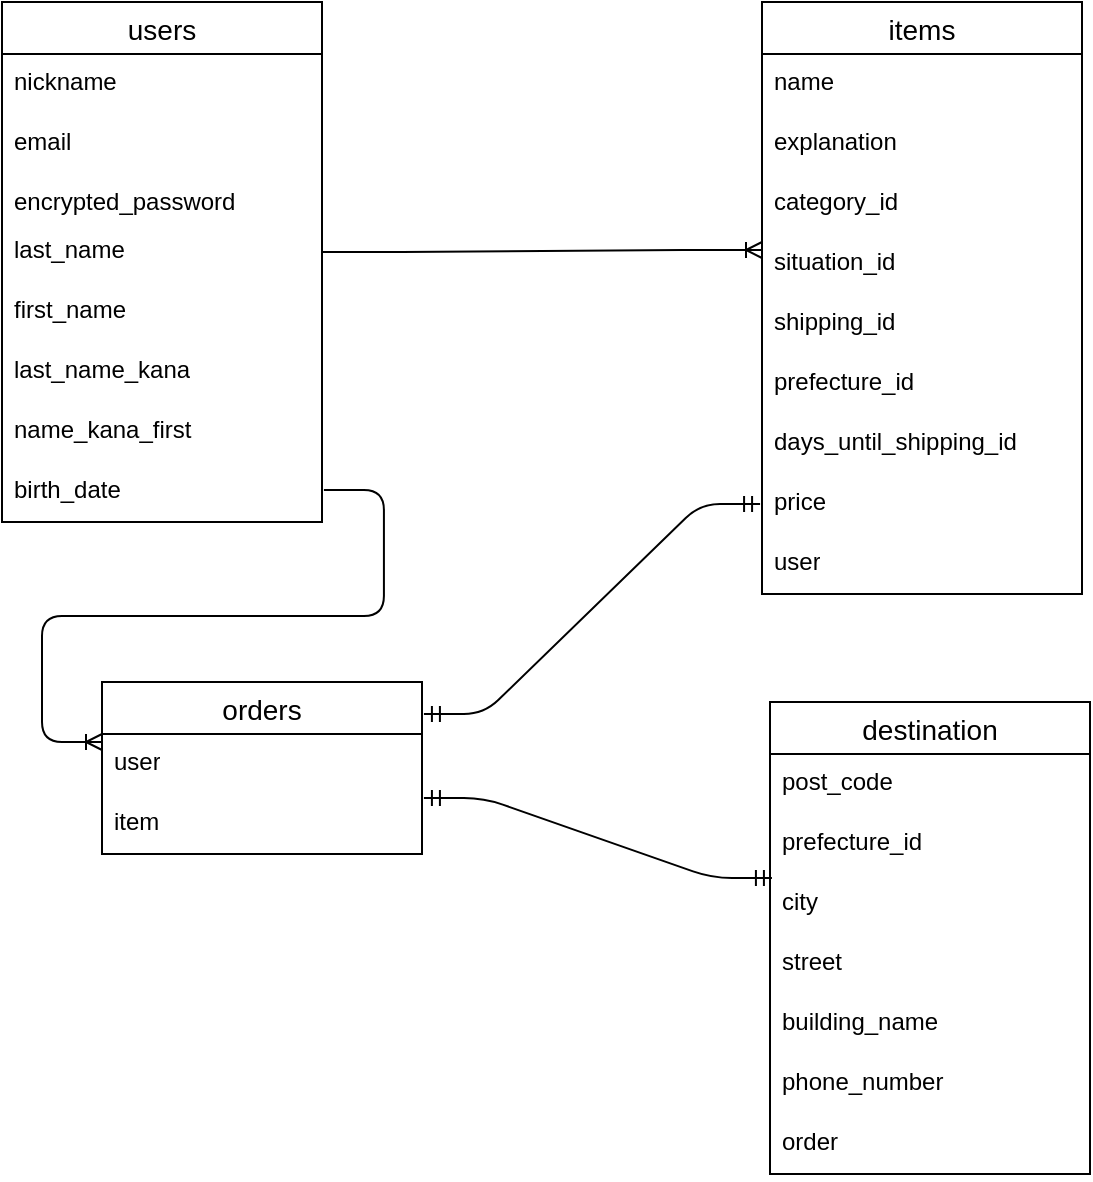
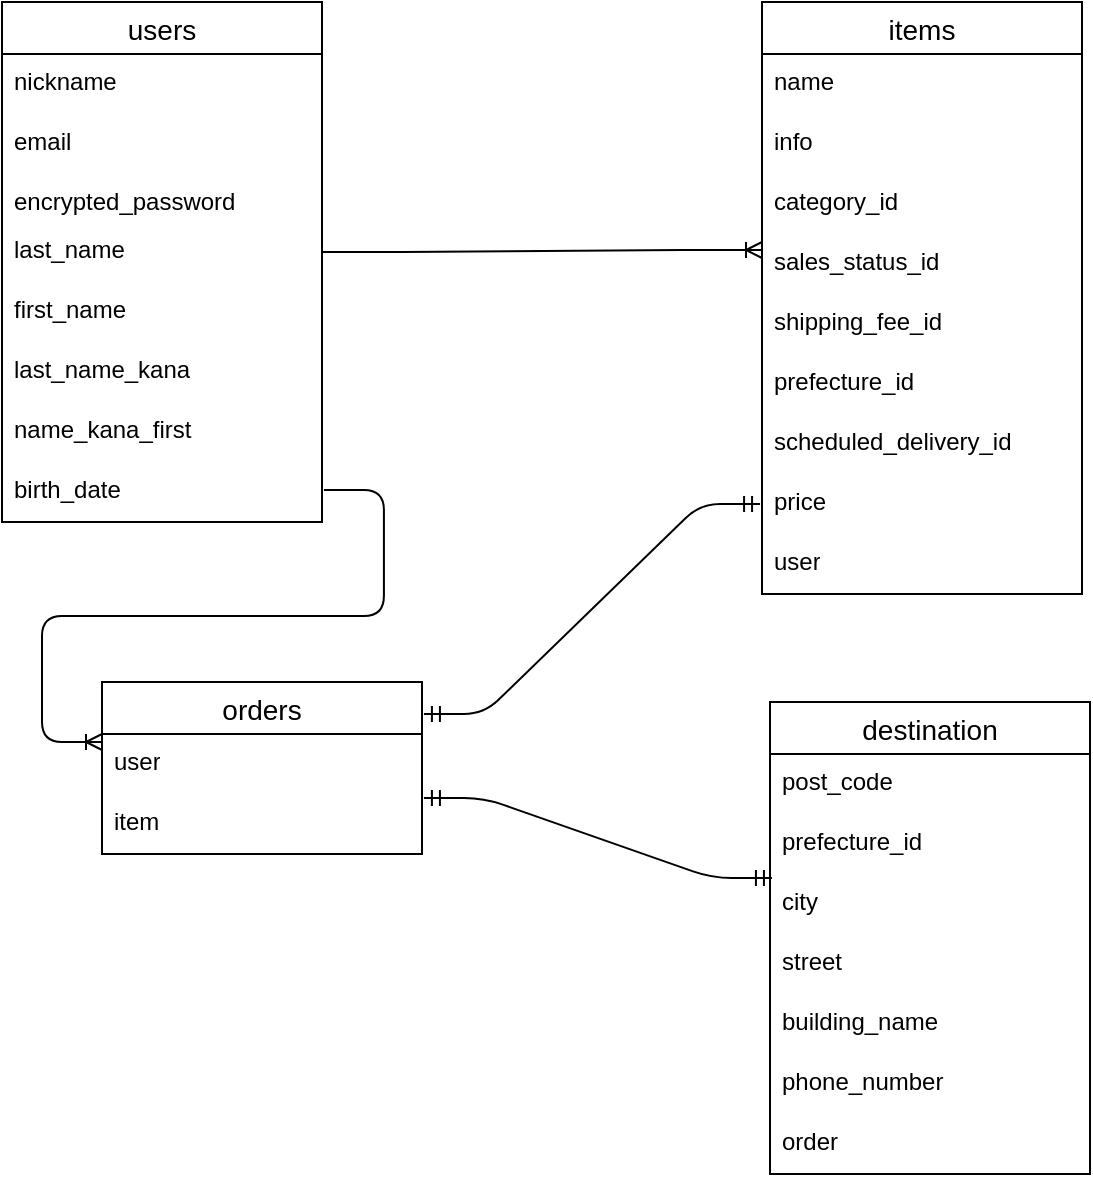
<mxfile host="65bd71144e">
    <diagram id="jw1m8_qAX5HvWZQP6KSn" name="ページ1">
-         <mxGraphModel dx="207" dy="537" grid="1" gridSize="10" guides="1" tooltips="1" connect="0" arrows="0" fold="1" page="1" pageScale="1" pageWidth="827" pageHeight="1169" math="0" shadow="0">
+         <mxGraphModel dx="216" dy="537" grid="1" gridSize="10" guides="1" tooltips="1" connect="0" arrows="0" fold="1" page="1" pageScale="1" pageWidth="827" pageHeight="1169" math="0" shadow="0">
            <root>
                <mxCell id="0"/>
                <mxCell id="1" parent="0"/>
                <mxCell id="2" value="users" style="swimlane;fontStyle=0;childLayout=stackLayout;horizontal=1;startSize=26;horizontalStack=0;resizeParent=1;resizeParentMax=0;resizeLast=0;collapsible=1;marginBottom=0;align=center;fontSize=14;swimlaneFillColor=default;" parent="1" vertex="1">
                    <mxGeometry x="30" y="20" width="160" height="260" as="geometry"/>
                </mxCell>
                <mxCell id="3" value="nickname" style="text;strokeColor=none;fillColor=none;spacingLeft=4;spacingRight=4;overflow=hidden;rotatable=0;points=[[0,0.5],[1,0.5]];portConstraint=eastwest;fontSize=12;whiteSpace=wrap;html=1;" parent="2" vertex="1">
                    <mxGeometry y="26" width="160" height="30" as="geometry"/>
                </mxCell>
                <mxCell id="4" value="email" style="text;strokeColor=none;fillColor=none;spacingLeft=4;spacingRight=4;overflow=hidden;rotatable=0;points=[[0,0.5],[1,0.5]];portConstraint=eastwest;fontSize=12;whiteSpace=wrap;html=1;" parent="2" vertex="1">
                    <mxGeometry y="56" width="160" height="30" as="geometry"/>
                </mxCell>
                <mxCell id="5" value="encrypted_password" style="text;strokeColor=none;fillColor=none;spacingLeft=4;spacingRight=4;overflow=hidden;rotatable=0;points=[[0,0.5],[1,0.5]];portConstraint=eastwest;fontSize=12;whiteSpace=wrap;html=1;" parent="2" vertex="1">
                    <mxGeometry y="86" width="160" height="24" as="geometry"/>
                </mxCell>
                <mxCell id="10" value="last_name" style="text;strokeColor=none;fillColor=none;spacingLeft=4;spacingRight=4;overflow=hidden;rotatable=0;points=[[0,0.5],[1,0.5]];portConstraint=eastwest;fontSize=12;whiteSpace=wrap;html=1;" parent="2" vertex="1">
                    <mxGeometry y="110" width="160" height="30" as="geometry"/>
                </mxCell>
                <mxCell id="11" value="first_name" style="text;strokeColor=none;fillColor=none;spacingLeft=4;spacingRight=4;overflow=hidden;rotatable=0;points=[[0,0.5],[1,0.5]];portConstraint=eastwest;fontSize=12;whiteSpace=wrap;html=1;" parent="2" vertex="1">
                    <mxGeometry y="140" width="160" height="30" as="geometry"/>
                </mxCell>
                <mxCell id="12" value="last_name_kana" style="text;strokeColor=none;fillColor=none;spacingLeft=4;spacingRight=4;overflow=hidden;rotatable=0;points=[[0,0.5],[1,0.5]];portConstraint=eastwest;fontSize=12;whiteSpace=wrap;html=1;" parent="2" vertex="1">
                    <mxGeometry y="170" width="160" height="30" as="geometry"/>
                </mxCell>
                <mxCell id="13" value="name_kana_first&lt;div&gt;&lt;br&gt;&lt;/div&gt;" style="text;strokeColor=none;fillColor=none;spacingLeft=4;spacingRight=4;overflow=hidden;rotatable=0;points=[[0,0.5],[1,0.5]];portConstraint=eastwest;fontSize=12;whiteSpace=wrap;html=1;" parent="2" vertex="1">
                    <mxGeometry y="200" width="160" height="30" as="geometry"/>
                </mxCell>
                <mxCell id="14" value="birth_date" style="text;strokeColor=none;fillColor=none;spacingLeft=4;spacingRight=4;overflow=hidden;rotatable=0;points=[[0,0.5],[1,0.5]];portConstraint=eastwest;fontSize=12;whiteSpace=wrap;html=1;" parent="2" vertex="1">
                    <mxGeometry y="230" width="160" height="30" as="geometry"/>
                </mxCell>
                <mxCell id="6" value="items" style="swimlane;fontStyle=0;childLayout=stackLayout;horizontal=1;startSize=26;horizontalStack=0;resizeParent=1;resizeParentMax=0;resizeLast=0;collapsible=1;marginBottom=0;align=center;fontSize=14;" parent="1" vertex="1">
                    <mxGeometry x="410" y="20" width="160" height="296" as="geometry"/>
                </mxCell>
                <mxCell id="8" value="name" style="text;strokeColor=none;fillColor=none;spacingLeft=4;spacingRight=4;overflow=hidden;rotatable=0;points=[[0,0.5],[1,0.5]];portConstraint=eastwest;fontSize=12;whiteSpace=wrap;html=1;" parent="6" vertex="1">
                    <mxGeometry y="26" width="160" height="30" as="geometry"/>
                </mxCell>
-                 <mxCell id="9" value="explanation" style="text;strokeColor=none;fillColor=none;spacingLeft=4;spacingRight=4;overflow=hidden;rotatable=0;points=[[0,0.5],[1,0.5]];portConstraint=eastwest;fontSize=12;whiteSpace=wrap;html=1;" parent="6" vertex="1">
+                 <mxCell id="9" value="info" style="text;strokeColor=none;fillColor=none;spacingLeft=4;spacingRight=4;overflow=hidden;rotatable=0;points=[[0,0.5],[1,0.5]];portConstraint=eastwest;fontSize=12;whiteSpace=wrap;html=1;" parent="6" vertex="1">
                    <mxGeometry y="56" width="160" height="30" as="geometry"/>
                </mxCell>
                <mxCell id="15" value="category_id" style="text;strokeColor=none;fillColor=none;spacingLeft=4;spacingRight=4;overflow=hidden;rotatable=0;points=[[0,0.5],[1,0.5]];portConstraint=eastwest;fontSize=12;whiteSpace=wrap;html=1;" parent="6" vertex="1">
                    <mxGeometry y="86" width="160" height="30" as="geometry"/>
                </mxCell>
-                 <mxCell id="16" value="situation_id" style="text;strokeColor=none;fillColor=none;spacingLeft=4;spacingRight=4;overflow=hidden;rotatable=0;points=[[0,0.5],[1,0.5]];portConstraint=eastwest;fontSize=12;whiteSpace=wrap;html=1;" parent="6" vertex="1">
+                 <mxCell id="16" value="sales_status_id" style="text;strokeColor=none;fillColor=none;spacingLeft=4;spacingRight=4;overflow=hidden;rotatable=0;points=[[0,0.5],[1,0.5]];portConstraint=eastwest;fontSize=12;whiteSpace=wrap;html=1;" parent="6" vertex="1">
                    <mxGeometry y="116" width="160" height="30" as="geometry"/>
                </mxCell>
-                 <mxCell id="18" value="shipping_id" style="text;strokeColor=none;fillColor=none;spacingLeft=4;spacingRight=4;overflow=hidden;rotatable=0;points=[[0,0.5],[1,0.5]];portConstraint=eastwest;fontSize=12;whiteSpace=wrap;html=1;" parent="6" vertex="1">
+                 <mxCell id="18" value="shipping_fee_id" style="text;strokeColor=none;fillColor=none;spacingLeft=4;spacingRight=4;overflow=hidden;rotatable=0;points=[[0,0.5],[1,0.5]];portConstraint=eastwest;fontSize=12;whiteSpace=wrap;html=1;" parent="6" vertex="1">
                    <mxGeometry y="146" width="160" height="30" as="geometry"/>
                </mxCell>
                <mxCell id="19" value="prefecture_id" style="text;strokeColor=none;fillColor=none;spacingLeft=4;spacingRight=4;overflow=hidden;rotatable=0;points=[[0,0.5],[1,0.5]];portConstraint=eastwest;fontSize=12;whiteSpace=wrap;html=1;" parent="6" vertex="1">
                    <mxGeometry y="176" width="160" height="30" as="geometry"/>
                </mxCell>
-                 <mxCell id="20" value="days_until_shipping_id" style="text;strokeColor=none;fillColor=none;spacingLeft=4;spacingRight=4;overflow=hidden;rotatable=0;points=[[0,0.5],[1,0.5]];portConstraint=eastwest;fontSize=12;whiteSpace=wrap;html=1;" parent="6" vertex="1">
+                 <mxCell id="20" value="scheduled_delivery_id" style="text;strokeColor=none;fillColor=none;spacingLeft=4;spacingRight=4;overflow=hidden;rotatable=0;points=[[0,0.5],[1,0.5]];portConstraint=eastwest;fontSize=12;whiteSpace=wrap;html=1;" parent="6" vertex="1">
                    <mxGeometry y="206" width="160" height="30" as="geometry"/>
                </mxCell>
                <mxCell id="21" value="price" style="text;strokeColor=none;fillColor=none;spacingLeft=4;spacingRight=4;overflow=hidden;rotatable=0;points=[[0,0.5],[1,0.5]];portConstraint=eastwest;fontSize=12;whiteSpace=wrap;html=1;" parent="6" vertex="1">
                    <mxGeometry y="236" width="160" height="30" as="geometry"/>
                </mxCell>
                <mxCell id="22" value="user" style="text;strokeColor=none;fillColor=none;spacingLeft=4;spacingRight=4;overflow=hidden;rotatable=0;points=[[0,0.5],[1,0.5]];portConstraint=eastwest;fontSize=12;whiteSpace=wrap;html=1;" parent="6" vertex="1">
                    <mxGeometry y="266" width="160" height="30" as="geometry"/>
                </mxCell>
                <mxCell id="30" value="destination" style="swimlane;fontStyle=0;childLayout=stackLayout;horizontal=1;startSize=26;horizontalStack=0;resizeParent=1;resizeParentMax=0;resizeLast=0;collapsible=1;marginBottom=0;align=center;fontSize=14;" parent="1" vertex="1">
                    <mxGeometry x="414" y="370" width="160" height="236" as="geometry"/>
                </mxCell>
                <mxCell id="31" value="post_code" style="text;strokeColor=none;fillColor=none;spacingLeft=4;spacingRight=4;overflow=hidden;rotatable=0;points=[[0,0.5],[1,0.5]];portConstraint=eastwest;fontSize=12;whiteSpace=wrap;html=1;" parent="30" vertex="1">
                    <mxGeometry y="26" width="160" height="30" as="geometry"/>
                </mxCell>
                <mxCell id="32" value="prefecture_id" style="text;strokeColor=none;fillColor=none;spacingLeft=4;spacingRight=4;overflow=hidden;rotatable=0;points=[[0,0.5],[1,0.5]];portConstraint=eastwest;fontSize=12;whiteSpace=wrap;html=1;" parent="30" vertex="1">
                    <mxGeometry y="56" width="160" height="30" as="geometry"/>
                </mxCell>
                <mxCell id="33" value="city" style="text;strokeColor=none;fillColor=none;spacingLeft=4;spacingRight=4;overflow=hidden;rotatable=0;points=[[0,0.5],[1,0.5]];portConstraint=eastwest;fontSize=12;whiteSpace=wrap;html=1;" parent="30" vertex="1">
                    <mxGeometry y="86" width="160" height="30" as="geometry"/>
                </mxCell>
                <mxCell id="34" value="street" style="text;strokeColor=none;fillColor=none;spacingLeft=4;spacingRight=4;overflow=hidden;rotatable=0;points=[[0,0.5],[1,0.5]];portConstraint=eastwest;fontSize=12;whiteSpace=wrap;html=1;" parent="30" vertex="1">
                    <mxGeometry y="116" width="160" height="30" as="geometry"/>
                </mxCell>
                <mxCell id="35" value="building_name" style="text;strokeColor=none;fillColor=none;spacingLeft=4;spacingRight=4;overflow=hidden;rotatable=0;points=[[0,0.5],[1,0.5]];portConstraint=eastwest;fontSize=12;whiteSpace=wrap;html=1;" parent="30" vertex="1">
                    <mxGeometry y="146" width="160" height="30" as="geometry"/>
                </mxCell>
                <mxCell id="36" value="phone_number" style="text;strokeColor=none;fillColor=none;spacingLeft=4;spacingRight=4;overflow=hidden;rotatable=0;points=[[0,0.5],[1,0.5]];portConstraint=eastwest;fontSize=12;whiteSpace=wrap;html=1;" parent="30" vertex="1">
                    <mxGeometry y="176" width="160" height="30" as="geometry"/>
                </mxCell>
                <mxCell id="51" value="order" style="text;strokeColor=none;fillColor=none;spacingLeft=4;spacingRight=4;overflow=hidden;rotatable=0;points=[[0,0.5],[1,0.5]];portConstraint=eastwest;fontSize=12;whiteSpace=wrap;html=1;" parent="30" vertex="1">
                    <mxGeometry y="206" width="160" height="30" as="geometry"/>
                </mxCell>
                <mxCell id="39" value="" style="edgeStyle=entityRelationEdgeStyle;fontSize=12;html=1;endArrow=ERoneToMany;" parent="1" source="10" edge="1">
                    <mxGeometry width="100" height="100" relative="1" as="geometry">
                        <mxPoint x="350" y="250" as="sourcePoint"/>
                        <mxPoint x="410" y="144" as="targetPoint"/>
                        <Array as="points">
                            <mxPoint x="350" y="144"/>
                            <mxPoint x="260" y="140"/>
                            <mxPoint x="350" y="170"/>
                        </Array>
                    </mxGeometry>
                </mxCell>
                <mxCell id="44" value="orders" style="swimlane;fontStyle=0;childLayout=stackLayout;horizontal=1;startSize=26;horizontalStack=0;resizeParent=1;resizeParentMax=0;resizeLast=0;collapsible=1;marginBottom=0;align=center;fontSize=14;" parent="1" vertex="1">
                    <mxGeometry x="80" y="360" width="160" height="86" as="geometry"/>
                </mxCell>
                <mxCell id="45" value="user" style="text;strokeColor=none;fillColor=none;spacingLeft=4;spacingRight=4;overflow=hidden;rotatable=0;points=[[0,0.5],[1,0.5]];portConstraint=eastwest;fontSize=12;whiteSpace=wrap;html=1;" parent="44" vertex="1">
                    <mxGeometry y="26" width="160" height="30" as="geometry"/>
                </mxCell>
                <mxCell id="46" value="item" style="text;strokeColor=none;fillColor=none;spacingLeft=4;spacingRight=4;overflow=hidden;rotatable=0;points=[[0,0.5],[1,0.5]];portConstraint=eastwest;fontSize=12;whiteSpace=wrap;html=1;" parent="44" vertex="1">
                    <mxGeometry y="56" width="160" height="30" as="geometry"/>
                </mxCell>
                <mxCell id="48" value="" style="edgeStyle=entityRelationEdgeStyle;fontSize=12;html=1;endArrow=ERoneToMany;exitX=1.006;exitY=0.467;exitDx=0;exitDy=0;exitPerimeter=0;" parent="1" source="14" edge="1">
                    <mxGeometry width="100" height="100" relative="1" as="geometry">
                        <mxPoint x="170" y="316" as="sourcePoint"/>
                        <mxPoint x="80" y="390" as="targetPoint"/>
                        <Array as="points">
                            <mxPoint x="180" y="390"/>
                            <mxPoint x="200" y="340"/>
                        </Array>
                    </mxGeometry>
                </mxCell>
                <mxCell id="49" value="" style="edgeStyle=entityRelationEdgeStyle;fontSize=12;html=1;endArrow=ERmandOne;startArrow=ERmandOne;exitX=1.006;exitY=0.186;exitDx=0;exitDy=0;exitPerimeter=0;entryX=-0.006;entryY=0.5;entryDx=0;entryDy=0;entryPerimeter=0;" parent="1" source="44" target="21" edge="1">
                    <mxGeometry width="100" height="100" relative="1" as="geometry">
                        <mxPoint x="320" y="370" as="sourcePoint"/>
                        <mxPoint x="400" y="270" as="targetPoint"/>
                        <Array as="points">
                            <mxPoint x="390" y="270"/>
                        </Array>
                    </mxGeometry>
                </mxCell>
                <mxCell id="50" value="" style="edgeStyle=entityRelationEdgeStyle;fontSize=12;html=1;endArrow=ERmandOne;startArrow=ERmandOne;exitX=1.006;exitY=0.067;exitDx=0;exitDy=0;exitPerimeter=0;entryX=0.006;entryY=0.067;entryDx=0;entryDy=0;entryPerimeter=0;" parent="1" source="46" target="33" edge="1">
                    <mxGeometry width="100" height="100" relative="1" as="geometry">
                        <mxPoint x="320" y="370" as="sourcePoint"/>
                        <mxPoint x="420" y="270" as="targetPoint"/>
                        <Array as="points">
                            <mxPoint x="400" y="410"/>
                        </Array>
                    </mxGeometry>
                </mxCell>
            </root>
        </mxGraphModel>
    </diagram>
</mxfile>